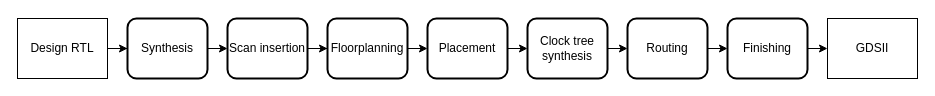
Above: page "Phys" (9 of 9) of content/sili-infra/sili-flows.drawio in jameshanlon/jameshanlon.github.io (draw.io), before the change. Source tidied: cells renumbered, new cells numbered last; positions are measured from the earlier drawing's top-left corner, leaving out a move shared by most shapes. Both pictures are drawn from the tidied source at 100%, with x=0, y=0 at pixel (17, 18).
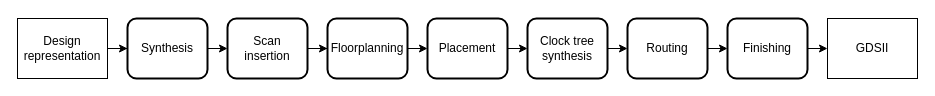
The same page after the edit.

Diff of the diagram source:
```diff
@@
 <mxGraphModel>
   <root>
     <mxCell id="0" />
     <mxCell id="1" parent="0" />
     <mxCell id="2" style="edgeStyle=orthogonalEdgeStyle;rounded=0;jettySize=auto;html=1;exitX=1;exitY=0.5;exitDx=0;exitDy=0;" parent="1" edge="1" source="3" target="5">
       <mxGeometry relative="1" as="geometry" />
     </mxCell>
-    <mxCell id="3" value="Design RTL" style="rounded=1;whiteSpace=wrap;html=1;arcSize=0;" parent="1" vertex="1">
+    <mxCell id="3" value="Design representation" style="rounded=1;whiteSpace=wrap;html=1;arcSize=0;" parent="1" vertex="1">
       <mxGeometry width="90" height="60" as="geometry" />
     </mxCell>
     <mxCell id="4" style="edgeStyle=orthogonalEdgeStyle;rounded=0;jettySize=auto;html=1;exitX=1;exitY=0.5;exitDx=0;exitDy=0;entryX=0;entryY=0.5;entryDx=0;entryDy=0;" parent="1" edge="1" source="5" target="17">
       <mxGeometry relative="1" as="geometry" />
     </mxCell>
     <mxCell id="5" value="Synthesis" style="rounded=1;whiteSpace=wrap;html=1;strokeWidth=2;" parent="1" vertex="1">
       <mxGeometry x="110" width="80" height="60" as="geometry" />
     </mxCell>
     <mxCell id="6" style="edgeStyle=orthogonalEdgeStyle;rounded=0;jettySize=auto;html=1;exitX=1;exitY=0.5;exitDx=0;exitDy=0;entryX=0;entryY=0.5;entryDx=0;entryDy=0;" parent="1" edge="1" source="7" target="9">
       <mxGeometry relative="1" as="geometry" />
     </mxCell>
     <mxCell id="7" value="Floorplanning" style="rounded=1;whiteSpace=wrap;html=1;strokeWidth=2;" parent="1" vertex="1">
       <mxGeometry x="310" width="80" height="60" as="geometry" />
     </mxCell>
     <mxCell id="8" style="edgeStyle=orthogonalEdgeStyle;rounded=0;jettySize=auto;html=1;exitX=1;exitY=0.5;exitDx=0;exitDy=0;entryX=0;entryY=0.5;entryDx=0;entryDy=0;" parent="1" edge="1" source="9" target="11">
       <mxGeometry relative="1" as="geometry" />
     </mxCell>
     <mxCell id="9" value="Placement" style="rounded=1;whiteSpace=wrap;html=1;strokeWidth=2;" parent="1" vertex="1">
       <mxGeometry x="410" width="80" height="60" as="geometry" />
     </mxCell>
     <mxCell id="10" style="edgeStyle=orthogonalEdgeStyle;rounded=0;jettySize=auto;html=1;exitX=1;exitY=0.5;exitDx=0;exitDy=0;entryX=0;entryY=0.5;entryDx=0;entryDy=0;" parent="1" edge="1" source="11" target="13">
       <mxGeometry relative="1" as="geometry" />
     </mxCell>
     <mxCell id="11" value="Clock tree synthesis" style="rounded=1;whiteSpace=wrap;html=1;strokeWidth=2;" parent="1" vertex="1">
       <mxGeometry x="510" width="80" height="60" as="geometry" />
     </mxCell>
     <mxCell id="12" style="edgeStyle=orthogonalEdgeStyle;rounded=0;jettySize=auto;html=1;exitX=1;exitY=0.5;exitDx=0;exitDy=0;entryX=0;entryY=0.5;entryDx=0;entryDy=0;" parent="1" edge="1" source="13" target="15">
       <mxGeometry relative="1" as="geometry" />
     </mxCell>
     <mxCell id="13" value="Routing" style="rounded=1;whiteSpace=wrap;html=1;strokeWidth=2;" parent="1" vertex="1">
       <mxGeometry x="610" width="80" height="60" as="geometry" />
     </mxCell>
     <mxCell id="14" style="edgeStyle=orthogonalEdgeStyle;rounded=0;jettySize=auto;html=1;exitX=1;exitY=0.5;exitDx=0;exitDy=0;entryX=0;entryY=0.5;entryDx=0;entryDy=0;" parent="1" edge="1" source="15" target="18">
       <mxGeometry relative="1" as="geometry" />
     </mxCell>
     <mxCell id="15" value="Finishing" style="rounded=1;whiteSpace=wrap;html=1;strokeWidth=2;" parent="1" vertex="1">
       <mxGeometry x="710" width="80" height="60" as="geometry" />
     </mxCell>
     <mxCell id="16" style="edgeStyle=orthogonalEdgeStyle;rounded=0;jettySize=auto;html=1;exitX=1;exitY=0.5;exitDx=0;exitDy=0;" parent="1" edge="1" source="17" target="7">
       <mxGeometry relative="1" as="geometry" />
     </mxCell>
-    <mxCell id="17" value="Scan insertion" style="rounded=1;whiteSpace=wrap;html=1;strokeWidth=2;" parent="1" vertex="1">
+    <mxCell id="17" value="Scan&lt;br&gt;insertion" style="rounded=1;whiteSpace=wrap;html=1;strokeWidth=2;" parent="1" vertex="1">
       <mxGeometry x="210" width="80" height="60" as="geometry" />
     </mxCell>
     <mxCell id="18" value="GDSII" style="rounded=1;whiteSpace=wrap;html=1;arcSize=0;" parent="1" vertex="1">
       <mxGeometry x="810" width="90" height="60" as="geometry" />
     </mxCell>
   </root>
 </mxGraphModel>
```
